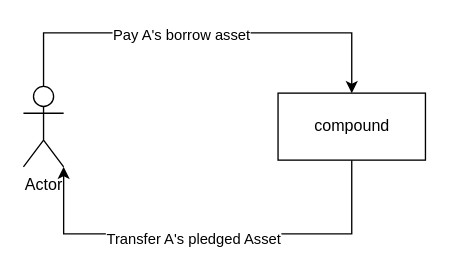
Before: docs/images/uc_liquidity.drawio in fox-one/compound, a draw.io diagram. Source tidied: cells renumbered, new cells numbered last; positions are measured from the earlier drawing's top-left corner, leaving out a move shared by most shapes. Both pictures are drawn from the tidied source at 134%, with x=0, y=0 at pixel (23, 32).
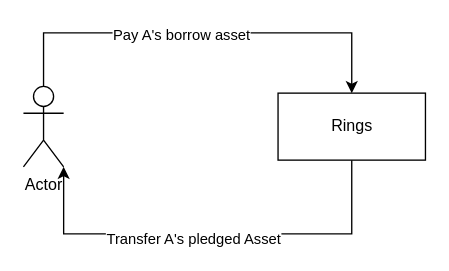
Above is the later version.

What changed in the source:
```diff
@@
 <mxGraphModel>
   <root>
     <mxCell id="0" />
     <mxCell id="1" parent="0" />
     <mxCell id="2" style="edgeStyle=orthogonalEdgeStyle;rounded=0;jettySize=auto;html=1;entryX=0.5;entryY=0;entryDx=0;entryDy=0;" parent="1" edge="1" source="4" target="7">
       <mxGeometry relative="1" as="geometry">
         <Array as="points">
           <mxPoint x="15" />
           <mxPoint x="245" />
         </Array>
       </mxGeometry>
     </mxCell>
     <mxCell id="3" value="Pay A's borrow asset" style="edgeLabel;html=1;align=center;verticalAlign=middle;" parent="2" vertex="1">
       <mxGeometry x="-0.1" y="-1" relative="1" as="geometry" />
     </mxCell>
     <mxCell id="4" value="Actor" style="shape=umlActor;verticalLabelPosition=bottom;verticalAlign=top;html=1;" parent="1" vertex="1">
       <mxGeometry y="40" width="30" height="60" as="geometry" />
     </mxCell>
     <mxCell id="5" style="edgeStyle=orthogonalEdgeStyle;rounded=0;jettySize=auto;html=1;entryX=1;entryY=1;entryDx=0;entryDy=0;entryPerimeter=0;exitX=0.5;exitY=1;exitDx=0;exitDy=0;" parent="1" edge="1" source="7" target="4">
       <mxGeometry relative="1" as="geometry">
         <Array as="points">
           <mxPoint x="245" y="150" />
           <mxPoint x="30" y="150" />
         </Array>
       </mxGeometry>
     </mxCell>
     <mxCell id="6" value="Transfer A's pledged Asset" style="edgeLabel;html=1;align=center;verticalAlign=middle;" parent="5" vertex="1">
       <mxGeometry x="0.09" y="3" relative="1" as="geometry" />
     </mxCell>
-    <mxCell id="7" value="compound" style="html=1;" parent="1" vertex="1">
+    <mxCell id="7" value="Rings" style="html=1;" parent="1" vertex="1">
       <mxGeometry x="190" y="45" width="110" height="50" as="geometry" />
     </mxCell>
   </root>
 </mxGraphModel>
```
